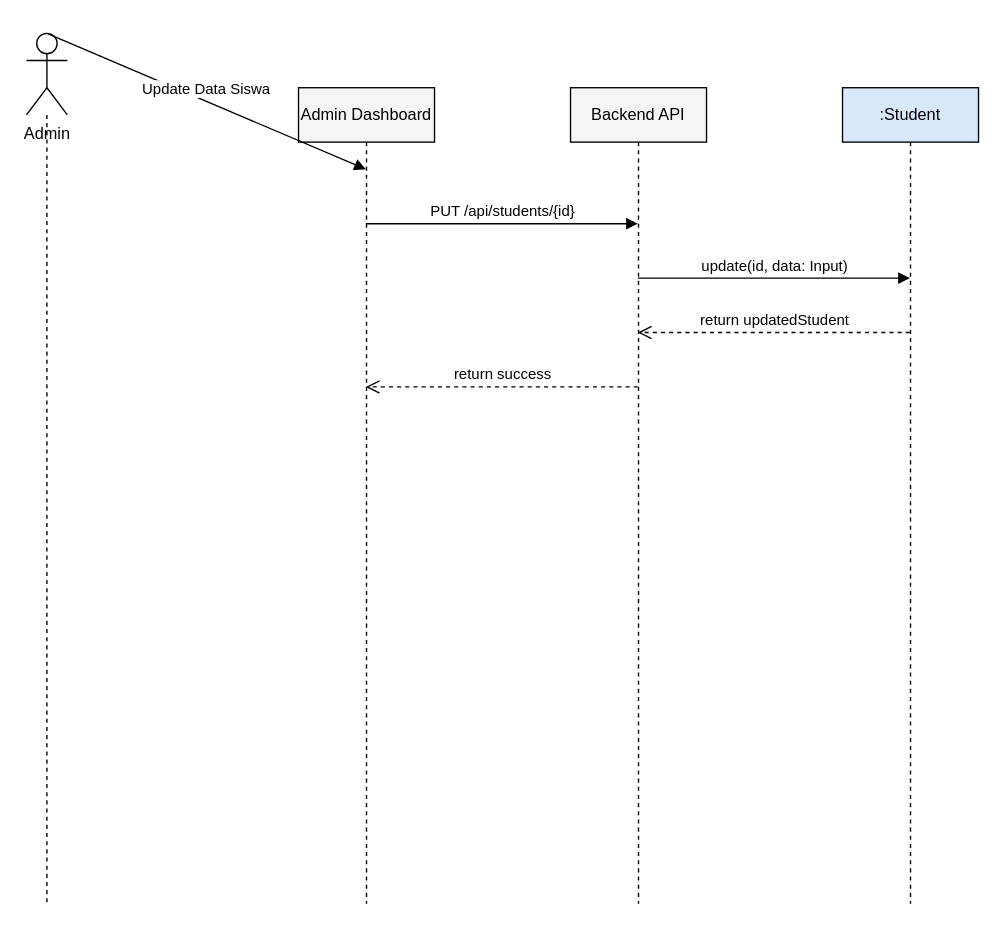
Earlier version of the draw.io diagram docs/sequence_admin_edit_student.drawio (muhammaddzaki123/adminkassmpit). Source tidied: cells renumbered, new cells numbered last; positions are measured from the earlier drawing's top-left corner, leaving out a move shared by most shapes. Both pictures are drawn from the tidied source at 136%, with x=0, y=0 at pixel (26, 33).
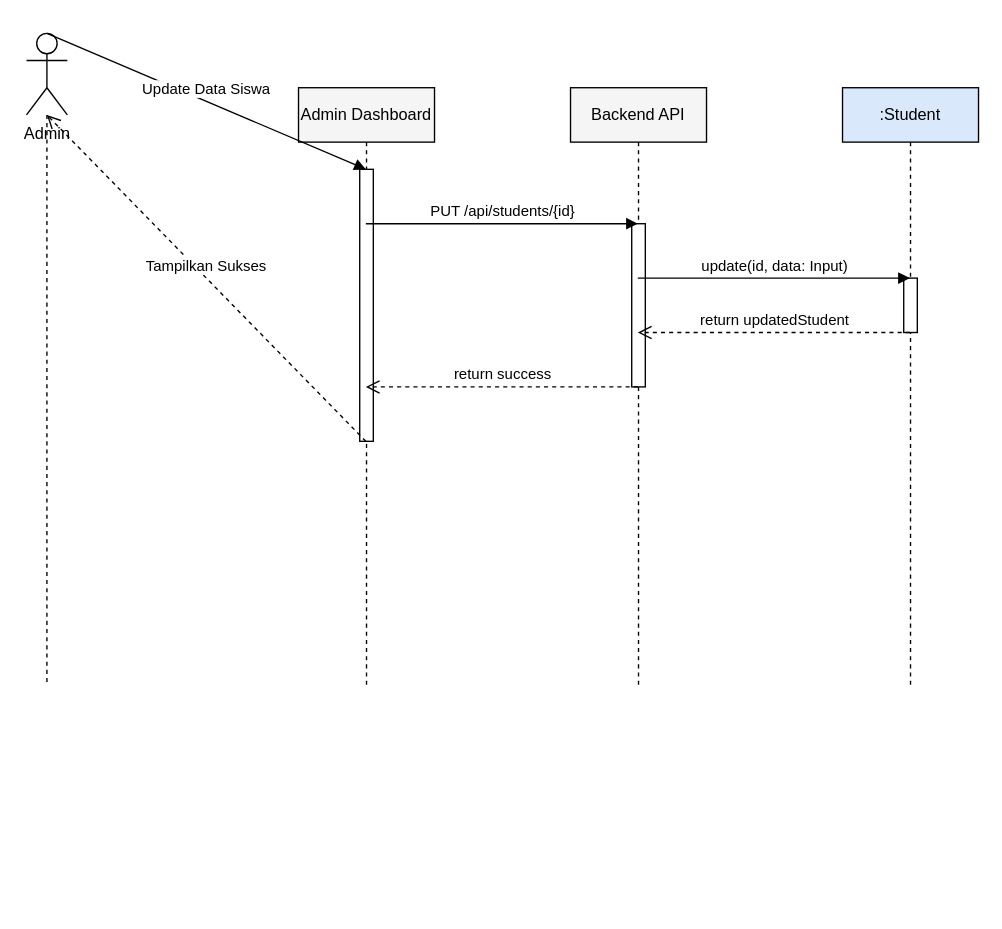
The same page after the edit.

The edit, as a diff of the source:
```diff
@@
 <mxGraphModel>
   <root>
     <mxCell id="0" />
     <mxCell id="1" parent="0" />
     <mxCell id="2" value="Admin" style="shape=umlActor;verticalLabelPosition=bottom;verticalAlign=top;html=1;outlineConnect=0;" parent="1" vertex="1">
       <mxGeometry width="30" height="60" as="geometry" />
     </mxCell>
     <mxCell id="3" style="endArrow=none;dashed=1;html=1;" parent="1" edge="1" source="2">
       <mxGeometry relative="1" as="geometry">
-        <mxPoint x="15" y="640" as="targetPoint" />
+        <mxPoint x="15" y="480" as="targetPoint" />
       </mxGeometry>
     </mxCell>
     <mxCell id="4" value="Admin Dashboard" style="shape=umlLifeline;perimeter=lifelinePerimeter;whiteSpace=wrap;html=1;outlineConnect=0;fillColor=#f5f5f5;" parent="1" vertex="1">
-      <mxGeometry x="200" y="40" width="100" height="600" as="geometry" />
+      <mxGeometry x="200" y="40" width="100" height="440" as="geometry" />
     </mxCell>
     <mxCell id="5" value="Backend API" style="shape=umlLifeline;perimeter=lifelinePerimeter;whiteSpace=wrap;html=1;outlineConnect=0;fillColor=#f5f5f5;" parent="1" vertex="1">
-      <mxGeometry x="400" y="40" width="100" height="600" as="geometry" />
+      <mxGeometry x="400" y="40" width="100" height="440" as="geometry" />
     </mxCell>
     <mxCell id="6" value=":Student" style="shape=umlLifeline;perimeter=lifelinePerimeter;whiteSpace=wrap;html=1;outlineConnect=0;fillColor=#dae8fc;" parent="1" vertex="1">
-      <mxGeometry x="600" y="40" width="100" height="600" as="geometry" />
+      <mxGeometry x="600" y="40" width="100" height="440" as="geometry" />
     </mxCell>
-    <mxCell id="7" value="Update Data Siswa" style="html=1;verticalAlign=bottom;endArrow=block;rounded=0;entryX=0.5;entryY=0.1;exitX=0.5;exitY=0.1;" parent="1" edge="1" source="2" target="4">
-      <mxGeometry relative="1" as="geometry" />
+    <mxCell id="7" style="html=1;perimeter=orthogonalPerimeter;fillColor=#FFFFFF;strokeColor=#000000;" parent="1" vertex="1">
+      <mxGeometry x="645" y="180" width="10" height="40" as="geometry" />
     </mxCell>
-    <mxCell id="8" value="PUT /api/students/{id}" style="html=1;verticalAlign=bottom;endArrow=block;rounded=0;entryX=0.5;entryY=0.16666666666666666;exitX=0.5;exitY=0.16666666666666666;" parent="1" edge="1" source="4" target="5">
-      <mxGeometry relative="1" as="geometry" />
+    <mxCell id="8" style="html=1;perimeter=orthogonalPerimeter;fillColor=#FFFFFF;strokeColor=#000000;" parent="1" vertex="1">
+      <mxGeometry x="445" y="140" width="10" height="120" as="geometry" />
     </mxCell>
-    <mxCell id="9" value="update(id, data: Input)" style="html=1;verticalAlign=bottom;endArrow=block;rounded=0;entryX=0.5;entryY=0.23333333333333334;exitX=0.5;exitY=0.23333333333333334;" parent="1" edge="1" source="5" target="6">
-      <mxGeometry relative="1" as="geometry" />
+    <mxCell id="9" style="html=1;perimeter=orthogonalPerimeter;fillColor=#FFFFFF;strokeColor=#000000;" parent="1" vertex="1">
+      <mxGeometry x="245" y="100" width="10" height="200" as="geometry" />
     </mxCell>
-    <mxCell id="10" value="return updatedStudent" style="html=1;verticalAlign=bottom;endArrow=open;dashed=1;endSize=8;rounded=0;entryX=0.5;entryY=0.3;exitX=0.5;exitY=0.3;" parent="1" edge="1" source="6" target="5">
+    <mxCell id="10" value="Update Data Siswa" style="html=1;verticalAlign=bottom;endArrow=block;rounded=0;entryX=0.5;entryY=0.13636363636363635;exitX=0.5;exitY=0.13636363636363635;" parent="1" edge="1" source="2" target="4">
       <mxGeometry relative="1" as="geometry" />
     </mxCell>
-    <mxCell id="11" value="return success" style="html=1;verticalAlign=bottom;endArrow=open;dashed=1;endSize=8;rounded=0;entryX=0.5;entryY=0.36666666666666664;exitX=0.5;exitY=0.36666666666666664;" parent="1" edge="1" source="5" target="4">
+    <mxCell id="11" value="PUT /api/students/{id}" style="html=1;verticalAlign=bottom;endArrow=block;rounded=0;entryX=0.5;entryY=0.22727272727272727;exitX=0.5;exitY=0.22727272727272727;" parent="1" edge="1" source="4" target="5">
       <mxGeometry relative="1" as="geometry" />
     </mxCell>
+    <mxCell id="12" value="update(id, data: Input)" style="html=1;verticalAlign=bottom;endArrow=block;rounded=0;entryX=0.5;entryY=0.3181818181818182;exitX=0.5;exitY=0.3181818181818182;" parent="1" edge="1" source="5" target="6">
+      <mxGeometry relative="1" as="geometry" />
+    </mxCell>
+    <mxCell id="13" value="return updatedStudent" style="html=1;verticalAlign=bottom;endArrow=open;dashed=1;endSize=8;rounded=0;entryX=0.5;entryY=0.4090909090909091;exitX=0.5;exitY=0.4090909090909091;" parent="1" edge="1" source="6" target="5">
+      <mxGeometry relative="1" as="geometry" />
+    </mxCell>
+    <mxCell id="14" value="return success" style="html=1;verticalAlign=bottom;endArrow=open;dashed=1;endSize=8;rounded=0;entryX=0.5;entryY=0.5;exitX=0.5;exitY=0.5;" parent="1" edge="1" source="5" target="4">
+      <mxGeometry relative="1" as="geometry" />
+    </mxCell>
+    <mxCell id="15" value="Tampilkan Sukses" style="html=1;verticalAlign=bottom;endArrow=open;dashed=1;endSize=8;rounded=0;entryX=0.5;entryY=0.5909090909090909;exitX=0.5;exitY=0.5909090909090909;" parent="1" edge="1" source="4" target="2">
+      <mxGeometry relative="1" as="geometry" />
+    </mxCell>
   </root>
 </mxGraphModel>
```
